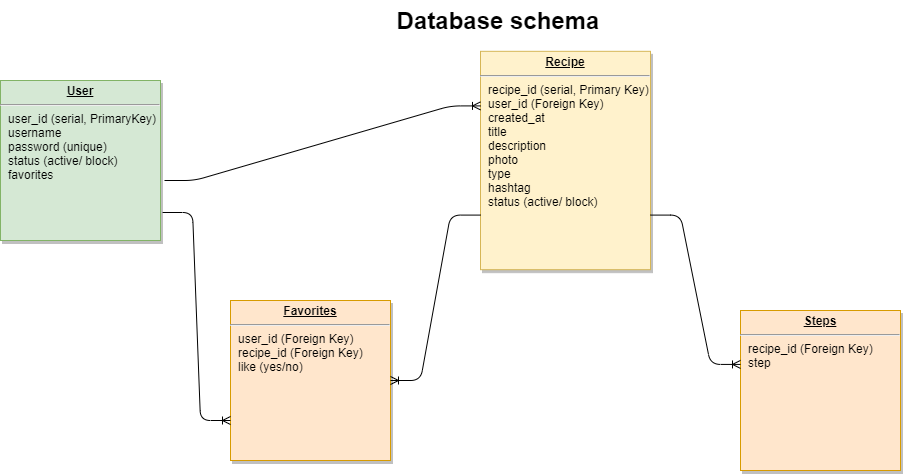
uzhegovaelena/recipes-project keeps this draw.io diagram as files/Database schema.drawio.png. Above is the earlier version. Source tidied: cells renumbered, new cells last; positions are measured from the earlier drawing's top-left corner, leaving out a move shared by most shapes.
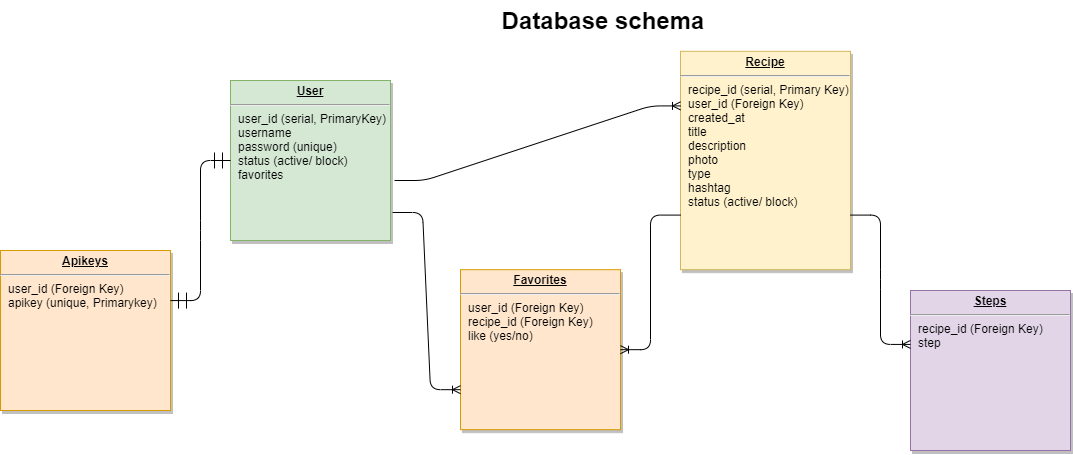
Later version of the same file.

The edit, as a diff of the source:
```diff
@@ -3,19 +3,19 @@
     <mxCell id="0" />
     <mxCell id="1" parent="0" />
     <mxCell id="2" value="&lt;p style=&quot;margin: 0px ; margin-top: 4px ; text-align: center ; text-decoration: underline&quot;&gt;&lt;strong&gt;Recipe&lt;/strong&gt;&lt;br&gt;&lt;/p&gt;&lt;hr&gt;&lt;p style=&quot;margin: 0px ; margin-left: 8px&quot;&gt;recipe_id (serial, Primary Key)&lt;/p&gt;&lt;p style=&quot;margin: 0px ; margin-left: 8px&quot;&gt;user_id (Foreign Key)&lt;/p&gt;&lt;p style=&quot;margin: 0px ; margin-left: 8px&quot;&gt;created_at&lt;/p&gt;&lt;p style=&quot;margin: 0px ; margin-left: 8px&quot;&gt;title&lt;/p&gt;&lt;p style=&quot;margin: 0px ; margin-left: 8px&quot;&gt;description&lt;/p&gt;&lt;p style=&quot;margin: 0px ; margin-left: 8px&quot;&gt;&lt;span&gt;photo&lt;/span&gt;&lt;br&gt;&lt;/p&gt;&lt;p style=&quot;margin: 0px ; margin-left: 8px&quot;&gt;type&lt;/p&gt;&lt;p style=&quot;margin: 0px ; margin-left: 8px&quot;&gt;&lt;span&gt;hashtag&lt;/span&gt;&lt;br&gt;&lt;/p&gt;&lt;p style=&quot;margin: 0px ; margin-left: 8px&quot;&gt;status (active/ block)&lt;/p&gt;" style="verticalAlign=top;align=left;overflow=fill;fontSize=12;fontFamily=Helvetica;html=1;strokeColor=#d6b656;shadow=1;fillColor=#fff2cc;" parent="1" vertex="1">
-      <mxGeometry x="480" y="50.8" width="170" height="218.4" as="geometry" />
+      <mxGeometry x="450" y="50.8" width="170" height="218.4" as="geometry" />
     </mxCell>
     <mxCell id="3" value="&lt;p style=&quot;margin: 0px ; margin-top: 4px ; text-align: center ; text-decoration: underline&quot;&gt;&lt;b&gt;User&lt;/b&gt;&lt;/p&gt;&lt;hr&gt;&lt;p style=&quot;margin: 0px ; margin-left: 8px&quot;&gt;user_id (serial, PrimaryKey)&lt;/p&gt;&lt;p style=&quot;margin: 0px ; margin-left: 8px&quot;&gt;username&lt;/p&gt;&lt;p style=&quot;margin: 0px ; margin-left: 8px&quot;&gt;password (unique)&lt;/p&gt;&lt;p style=&quot;margin: 0px ; margin-left: 8px&quot;&gt;status (active/ block)&lt;/p&gt;&lt;p style=&quot;margin: 0px ; margin-left: 8px&quot;&gt;favorites&lt;/p&gt;" style="verticalAlign=top;align=left;overflow=fill;fontSize=12;fontFamily=Helvetica;html=1;shadow=1;fillColor=#d5e8d4;strokeColor=#82b366;" parent="1" vertex="1">
       <mxGeometry y="80" width="160" height="160" as="geometry" />
     </mxCell>
     <mxCell id="4" value="&lt;p style=&quot;margin: 0px ; margin-top: 4px ; text-align: center ; text-decoration: underline&quot;&gt;&lt;b&gt;Favorites&lt;/b&gt;&lt;/p&gt;&lt;hr&gt;&lt;p style=&quot;margin: 0px ; margin-left: 8px&quot;&gt;user_id&amp;nbsp;(Foreign Key)&lt;/p&gt;&lt;p style=&quot;margin: 0px ; margin-left: 8px&quot;&gt;recipe_id&amp;nbsp;&lt;span&gt;(Foreign Key)&amp;nbsp;&lt;/span&gt;&lt;/p&gt;&lt;p style=&quot;margin: 0px ; margin-left: 8px&quot;&gt;like (yes/no)&lt;/p&gt;&lt;p style=&quot;margin: 0px ; margin-left: 8px&quot;&gt;&lt;br&gt;&lt;/p&gt;" style="verticalAlign=top;align=left;overflow=fill;fontSize=12;fontFamily=Helvetica;html=1;shadow=1;fillColor=#ffe6cc;strokeColor=#d79b00;" parent="1" vertex="1">
-      <mxGeometry x="230" y="300" width="160" height="160" as="geometry" />
+      <mxGeometry x="230" y="269.2" width="160" height="160" as="geometry" />
     </mxCell>
     <mxCell id="5" value="Database schema" style="text;html=1;strokeColor=none;fillColor=none;align=center;verticalAlign=middle;whiteSpace=wrap;rounded=0;fontSize=24;fontStyle=1;" parent="1" vertex="1">
-      <mxGeometry x="373" width="250" height="40" as="geometry" />
+      <mxGeometry x="248" width="250" height="40" as="geometry" />
     </mxCell>
-    <mxCell id="6" value="&lt;p style=&quot;margin: 0px ; margin-top: 4px ; text-align: center ; text-decoration: underline&quot;&gt;&lt;b&gt;Steps&lt;/b&gt;&lt;/p&gt;&lt;hr&gt;&lt;p style=&quot;margin: 0px ; margin-left: 8px&quot;&gt;&lt;span&gt;recipe_id (Foreign Key)&amp;nbsp;&lt;/span&gt;&lt;br&gt;&lt;/p&gt;&lt;p style=&quot;margin: 0px ; margin-left: 8px&quot;&gt;step&lt;/p&gt;&lt;p style=&quot;margin: 0px ; margin-left: 8px&quot;&gt;&lt;br&gt;&lt;/p&gt;" style="verticalAlign=top;align=left;overflow=fill;fontSize=12;fontFamily=Helvetica;html=1;shadow=1;fillColor=#ffe6cc;strokeColor=#d79b00;" parent="1" vertex="1">
-      <mxGeometry x="740" y="310" width="160" height="160" as="geometry" />
+    <mxCell id="6" value="&lt;p style=&quot;margin: 0px ; margin-top: 4px ; text-align: center ; text-decoration: underline&quot;&gt;&lt;b&gt;Steps&lt;/b&gt;&lt;/p&gt;&lt;hr&gt;&lt;p style=&quot;margin: 0px ; margin-left: 8px&quot;&gt;&lt;span&gt;recipe_id (Foreign Key)&amp;nbsp;&lt;/span&gt;&lt;br&gt;&lt;/p&gt;&lt;p style=&quot;margin: 0px ; margin-left: 8px&quot;&gt;step&lt;/p&gt;&lt;p style=&quot;margin: 0px ; margin-left: 8px&quot;&gt;&lt;br&gt;&lt;/p&gt;" style="verticalAlign=top;align=left;overflow=fill;fontSize=12;fontFamily=Helvetica;html=1;shadow=1;fillColor=#e1d5e7;strokeColor=#9673a6;" parent="1" vertex="1">
+      <mxGeometry x="680" y="290" width="160" height="160" as="geometry" />
     </mxCell>
     <mxCell id="7" style="edgeStyle=entityRelationEdgeStyle;fontSize=12;html=1;endArrow=ERoneToMany;entryX=0;entryY=0.25;entryDx=0;entryDy=0;exitX=1.025;exitY=0.625;exitDx=0;exitDy=0;exitPerimeter=0;" parent="1" edge="1" source="3" target="2">
       <mxGeometry relative="1" as="geometry" />
@@ -29,5 +29,13 @@
     <mxCell id="10" style="edgeStyle=entityRelationEdgeStyle;fontSize=12;html=1;endArrow=ERoneToMany;entryX=0;entryY=0.75;entryDx=0;entryDy=0;exitX=1.013;exitY=0.825;exitDx=0;exitDy=0;exitPerimeter=0;" parent="1" edge="1" source="3" target="4">
       <mxGeometry relative="1" as="geometry" />
     </mxCell>
+    <mxCell id="11" value="&lt;p style=&quot;margin: 0px ; margin-top: 4px ; text-align: center ; text-decoration: underline&quot;&gt;&lt;b&gt;Apikeys&lt;/b&gt;&lt;/p&gt;&lt;hr&gt;&lt;p style=&quot;margin: 0px ; margin-left: 8px&quot;&gt;&lt;span&gt;user_id (Foreign Key)&amp;nbsp;&lt;/span&gt;&lt;br&gt;&lt;/p&gt;&lt;p style=&quot;margin: 0px ; margin-left: 8px&quot;&gt;apikey (unique, Primarykey)&lt;/p&gt;&lt;p style=&quot;margin: 0px ; margin-left: 8px&quot;&gt;&lt;br&gt;&lt;/p&gt;" style="verticalAlign=top;align=left;overflow=fill;fontSize=12;fontFamily=Helvetica;html=1;shadow=1;fillColor=#ffe6cc;strokeColor=#d79b00;" parent="1" vertex="1">
+      <mxGeometry x="-230" y="250" width="170" height="160" as="geometry" />
+    </mxCell>
+    <mxCell id="12" style="edgeStyle=entityRelationEdgeStyle;fontSize=12;html=1;endArrow=ERmandOne;startArrow=ERmandOne;startSize=14;endSize=14;sourcePerimeterSpacing=8;targetPerimeterSpacing=8;exitX=1;exitY=0.313;exitDx=0;exitDy=0;exitPerimeter=0;" parent="1" edge="1" source="11">
+      <mxGeometry relative="1" as="geometry">
+        <mxPoint y="160" as="targetPoint" />
+      </mxGeometry>
+    </mxCell>
   </root>
 </mxGraphModel>
```
